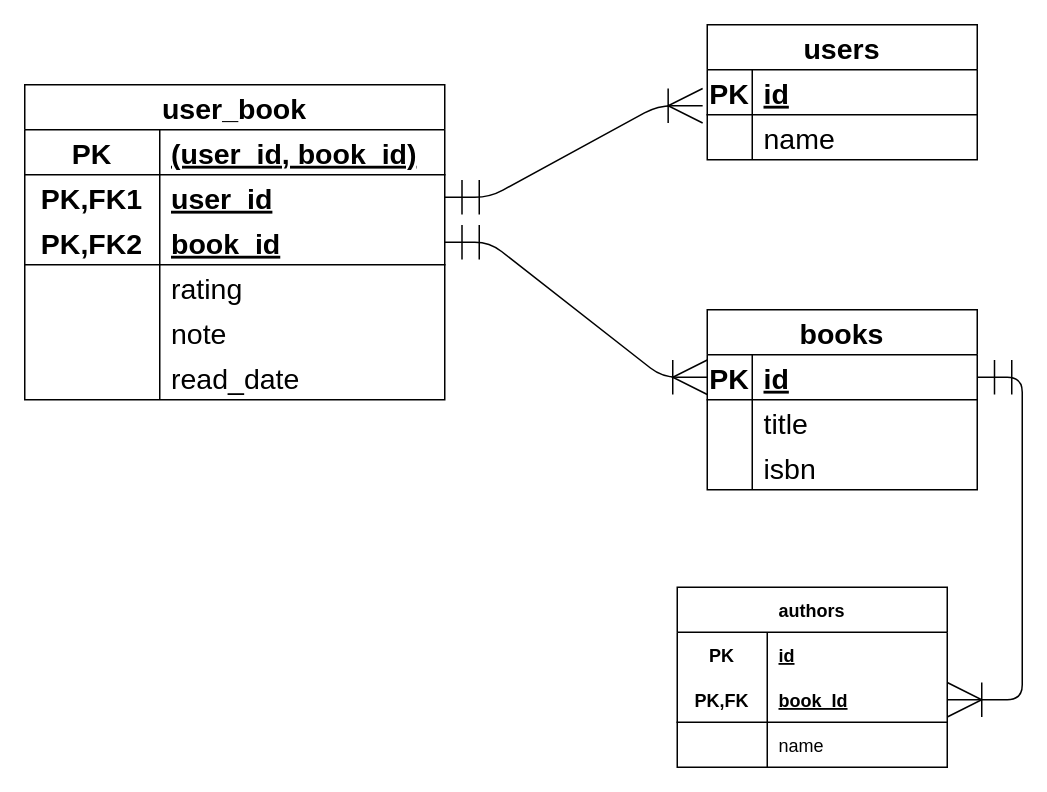
OmarHafez1/Book_Notes keeps this draw.io diagram as Book_Notes.drawio. Above is the earlier version. Source tidied: cells renumbered, new cells numbered last; positions are measured from the earlier drawing's top-left corner, leaving out a move shared by most shapes. Both pictures are drawn from the tidied source at 150%, with x=0, y=0 at pixel (24, 24).
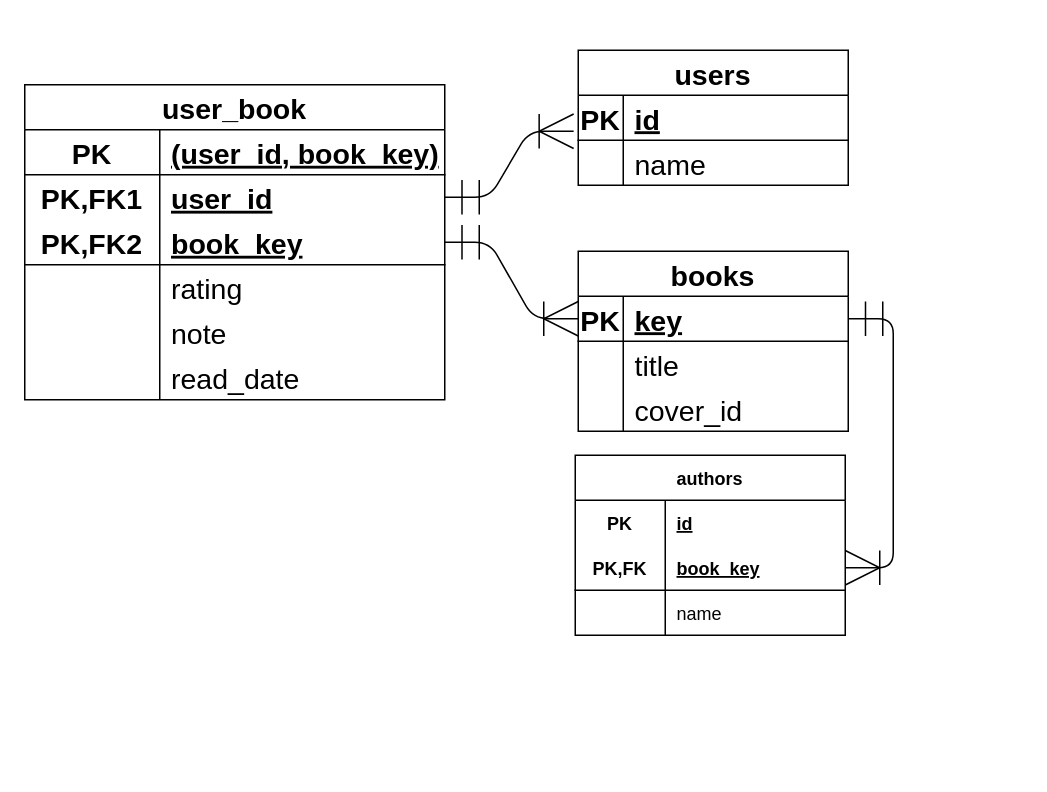
The same page after the edit.

Commit message (it also covers changes not shown here):
Finished the main functions of the backend.

Unchanged cells that the change refers to:
```xml
<mxCell id="10" style="shape=tableRow;horizontal=0;startSize=0;swimlaneHead=0;swimlaneBody=0;fillColor=none;points=[[0,0.5],[1,0.5]];portConstraint=eastwest;top=0;left=0;right=0;bottom=1;fontSize=19;" parent="9" vertex="1">
  <mxGeometry y="30" width="180" height="30" as="geometry" />
</mxCell>
<mxCell id="16" style="shape=tableRow;horizontal=0;startSize=0;swimlaneHead=0;swimlaneBody=0;fillColor=none;top=0;left=0;right=0;bottom=0;fontSize=19;" parent="9" vertex="1">
  <mxGeometry y="90" width="180" height="30" as="geometry" />
</mxCell>
<mxCell id="20" style="shape=tableRow;horizontal=0;startSize=0;swimlaneHead=0;swimlaneBody=0;fillColor=none;top=0;left=0;right=0;bottom=1;fontSize=19;" parent="19" vertex="1">
  <mxGeometry y="30" width="280" height="30" as="geometry" />
</mxCell>
<mxCell id="26" style="shape=tableRow;horizontal=0;startSize=0;swimlaneHead=0;swimlaneBody=0;fillColor=none;points=[[0,0.5],[1,0.5]];portConstraint=eastwest;top=0;left=0;right=0;bottom=1;fontSize=19;" parent="19" vertex="1">
  <mxGeometry y="90" width="280" height="30" as="geometry" />
</mxCell>
<mxCell id="46" style="shape=tableRow;horizontal=0;startSize=0;swimlaneHead=0;swimlaneBody=0;fillColor=none;points=[[0,0.5],[1,0.5]];portConstraint=eastwest;top=0;left=0;right=0;bottom=1;" parent="42" vertex="1">
  <mxGeometry y="60" width="180" height="30" as="geometry" />
</mxCell>
```

What changed in the source:
```diff
@@
     <mxCell id="2" value="users" style="shape=table;startSize=30;childLayout=tableLayout;rowLines=0;fontStyle=1;align=center;fontSize=19;" parent="1" vertex="1">
-      <mxGeometry x="455" width="180" height="90" as="geometry" />
+      <mxGeometry x="369" y="17" width="180" height="90" as="geometry" />
     </mxCell>
@@
     <mxCell id="9" value="books" style="shape=table;startSize=30;childLayout=tableLayout;rowLines=0;fontStyle=1;align=center;fontSize=19;" parent="1" vertex="1">
-      <mxGeometry x="455" y="190" width="180" height="120" as="geometry" />
+      <mxGeometry x="369" y="151" width="180" height="120" as="geometry" />
     </mxCell>
@@
-    <mxCell id="12" value="id" style="shape=partialRectangle;fillColor=none;top=0;left=0;bottom=0;right=0;align=left;spacingLeft=6;fontStyle=5;overflow=hidden;fontSize=19;" parent="10" vertex="1">
+    <mxCell id="12" value="key" style="shape=partialRectangle;fillColor=none;top=0;left=0;bottom=0;right=0;align=left;spacingLeft=6;fontStyle=5;overflow=hidden;fontSize=19;" parent="10" vertex="1">
       <mxGeometry x="30" width="150" height="30" as="geometry" />
     </mxCell>
@@
-    <mxCell id="18" value="isbn" style="shape=partialRectangle;fillColor=none;top=0;left=0;bottom=0;right=0;align=left;spacingLeft=6;overflow=hidden;fontSize=19;" parent="16" vertex="1">
-      <mxGeometry x="30" width="150" height="30" as="geometry" />
-    </mxCell>
+    <mxCell id="52" value="cover_id" style="shape=partialRectangle;fillColor=none;top=0;left=0;bottom=0;right=0;align=left;spacingLeft=6;overflow=hidden;fontSize=19;" parent="16" vertex="1">
+      <mxGeometry x="30" width="150" height="30" as="geometry" />
+    </mxCell>
@@
-    <mxCell id="22" value="(user_id, book_id)" style="shape=partialRectangle;fillColor=none;top=0;left=0;bottom=0;right=0;align=left;spacingLeft=6;fontStyle=5;overflow=hidden;fontSize=19;" parent="20" vertex="1">
+    <mxCell id="22" value="(user_id, book_key)" style="shape=partialRectangle;fillColor=none;top=0;left=0;bottom=0;right=0;align=left;spacingLeft=6;fontStyle=5;overflow=hidden;fontSize=19;" parent="20" vertex="1">
       <mxGeometry x="90" width="190" height="30" as="geometry" />
     </mxCell>
@@
-    <mxCell id="28" value="book_id" style="shape=partialRectangle;fillColor=none;top=0;left=0;bottom=0;right=0;align=left;spacingLeft=6;fontStyle=5;overflow=hidden;fontSize=19;" parent="26" vertex="1">
+    <mxCell id="28" value="book_key" style="shape=partialRectangle;fillColor=none;top=0;left=0;bottom=0;right=0;align=left;spacingLeft=6;fontStyle=5;overflow=hidden;fontSize=19;" parent="26" vertex="1">
       <mxGeometry x="90" width="190" height="30" as="geometry" />
     </mxCell>
@@
-    <mxCell id="40" style="text;html=1;align=center;verticalAlign=middle;strokeColor=none;fillColor=none;" parent="1" vertex="1">
-      <mxGeometry x="375" y="375" width="20" height="30" as="geometry" />
-    </mxCell>
@@
     <mxCell id="42" value="authors" style="shape=table;startSize=30;childLayout=tableLayout;rowLines=0;fontStyle=1;align=center;" parent="1" vertex="1">
-      <mxGeometry x="435" y="375" width="180" height="120" as="geometry" />
+      <mxGeometry x="367" y="287" width="180" height="120" as="geometry" />
     </mxCell>
@@
-    <mxCell id="48" value="book_Id" style="shape=partialRectangle;fillColor=none;top=0;left=0;bottom=0;right=0;align=left;spacingLeft=6;fontStyle=5;overflow=hidden;" parent="46" vertex="1">
+    <mxCell id="48" value="book_key" style="shape=partialRectangle;fillColor=none;top=0;left=0;bottom=0;right=0;align=left;spacingLeft=6;fontStyle=5;overflow=hidden;" parent="46" vertex="1">
       <mxGeometry x="60" width="120" height="30" as="geometry" />
     </mxCell>
```
